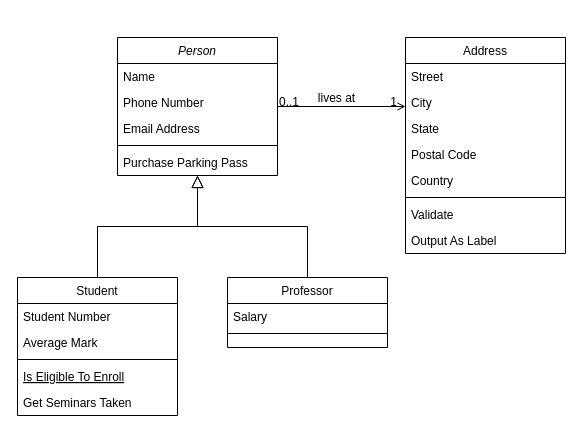
The draw.io diagram Base Relacional.drawio in mariamiska/openBootcamp, before the edit. Source tidied: cells renumbered, new cells numbered last; positions are measured from the earlier drawing's top-left corner, leaving out a move shared by most shapes. Both pictures are drawn from the tidied source at 100%, with x=0, y=0 at pixel (17, 37).
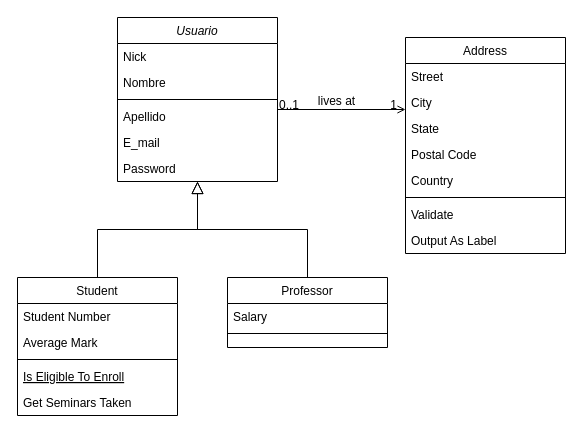
After the change.

The edit, as a diff of the source:
```diff
@@
-    <mxCell id="2" value="Person" style="swimlane;fontStyle=2;align=center;verticalAlign=top;horizontal=1;startSize=26;rounded=0;shadow=0;strokeWidth=1;" parent="1" vertex="1">
-      <mxGeometry x="100" width="160" height="138" as="geometry" />
+    <mxCell id="2" value="Usuario" style="swimlane;fontStyle=2;align=center;verticalAlign=top;horizontal=1;startSize=26;rounded=0;shadow=0;strokeWidth=1;" parent="1" vertex="1">
+      <mxGeometry x="100" y="-20" width="160" height="164" as="geometry" />
     </mxCell>
-    <mxCell id="3" value="Name" style="text;align=left;verticalAlign=top;spacingLeft=4;spacingRight=4;overflow=hidden;" parent="2" vertex="1">
-      <mxGeometry y="26" width="160" height="26" as="geometry" />
-    </mxCell>
-    <mxCell id="4" value="Phone Number" style="text;align=left;verticalAlign=top;spacingLeft=4;spacingRight=4;overflow=hidden;rounded=0;shadow=0;html=0;" parent="2" vertex="1">
-      <mxGeometry y="52" width="160" height="26" as="geometry" />
+    <mxCell id="4" value="Nick" style="text;align=left;verticalAlign=top;spacingLeft=4;spacingRight=4;overflow=hidden;rounded=0;shadow=0;html=0;" parent="2" vertex="1">
+      <mxGeometry y="26" width="160" height="26" as="geometry" />
     </mxCell>
-    <mxCell id="5" value="Email Address" style="text;align=left;verticalAlign=top;spacingLeft=4;spacingRight=4;overflow=hidden;rounded=0;shadow=0;html=0;" parent="2" vertex="1">
-      <mxGeometry y="78" width="160" height="26" as="geometry" />
+    <mxCell id="5" value="Nombre" style="text;align=left;verticalAlign=top;spacingLeft=4;spacingRight=4;overflow=hidden;rounded=0;shadow=0;html=0;" parent="2" vertex="1">
+      <mxGeometry y="52" width="160" height="26" as="geometry" />
     </mxCell>
     <mxCell id="6" style="line;html=1;strokeWidth=1;align=left;verticalAlign=middle;spacingTop=-1;spacingLeft=3;spacingRight=3;labelPosition=right;" parent="2" vertex="1">
-      <mxGeometry y="104" width="160" height="8" as="geometry" />
+      <mxGeometry y="78" width="160" height="8" as="geometry" />
     </mxCell>
-    <mxCell id="7" value="Purchase Parking Pass" style="text;align=left;verticalAlign=top;spacingLeft=4;spacingRight=4;overflow=hidden;" parent="2" vertex="1">
-      <mxGeometry y="112" width="160" height="26" as="geometry" />
+    <mxCell id="7" value="Apellido" style="text;align=left;verticalAlign=top;spacingLeft=4;spacingRight=4;overflow=hidden;" parent="2" vertex="1">
+      <mxGeometry y="86" width="160" height="26" as="geometry" />
     </mxCell>
+    <mxCell id="32" value="E_mail" style="text;align=left;verticalAlign=top;spacingLeft=4;spacingRight=4;overflow=hidden;" parent="2" vertex="1">
+      <mxGeometry y="112" width="160" height="26" as="geometry" />
+    </mxCell>
+    <mxCell id="33" value="Password&#10;" style="text;align=left;verticalAlign=top;spacingLeft=4;spacingRight=4;overflow=hidden;" parent="2" vertex="1">
+      <mxGeometry y="138" width="160" height="26" as="geometry" />
+    </mxCell>
```
